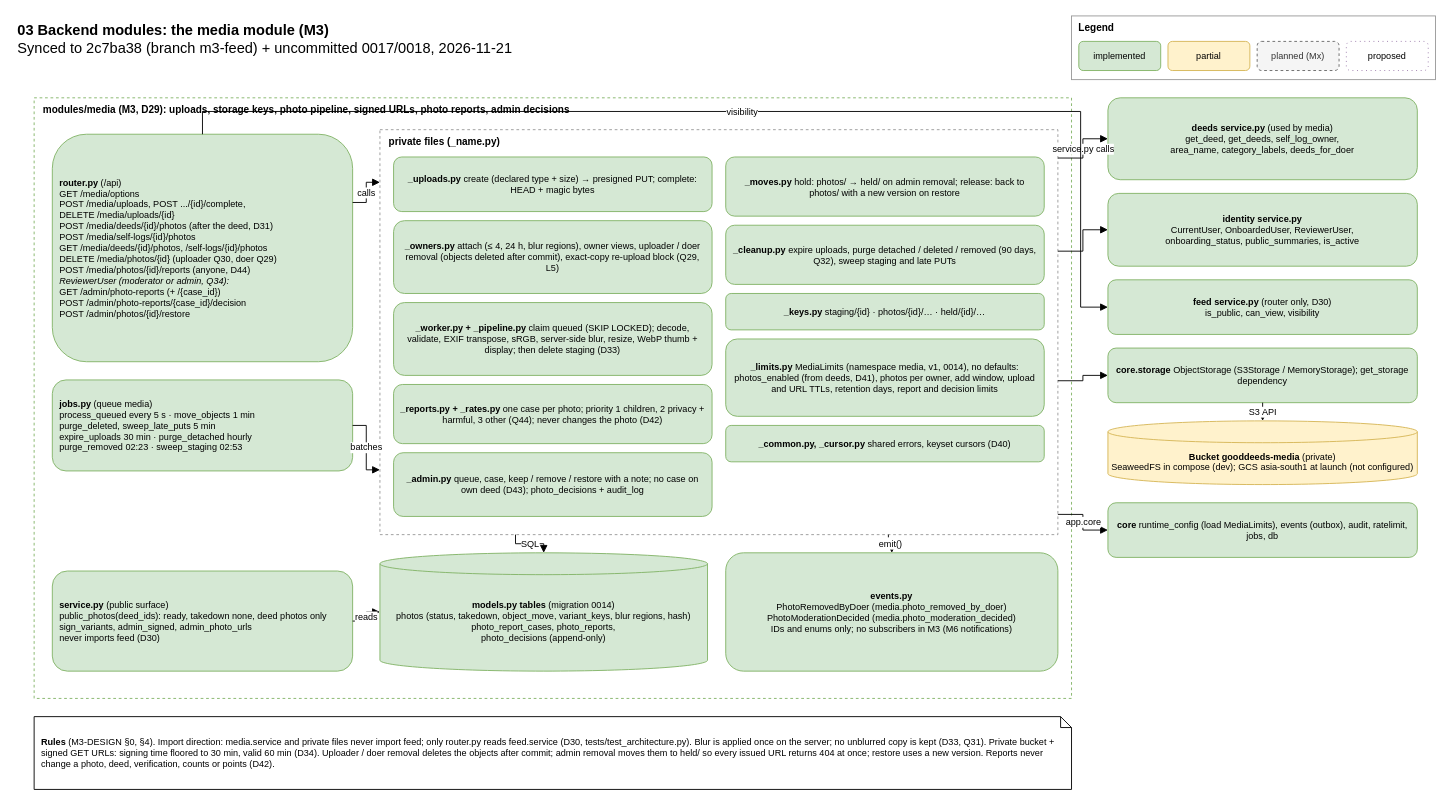
Above: page "Media module (M3)" (3 of 6) of docs/architecture/03-backend-modules.drawio in Ismail94M/Good-Deeds (draw.io), before the change. Source tidied: cells renumbered, new cells numbered last; positions are measured from the earlier drawing's top-left corner, leaving out a move shared by most shapes. Both pictures are drawn from the tidied source at 91%, with x=0, y=0 at pixel (15, 15).
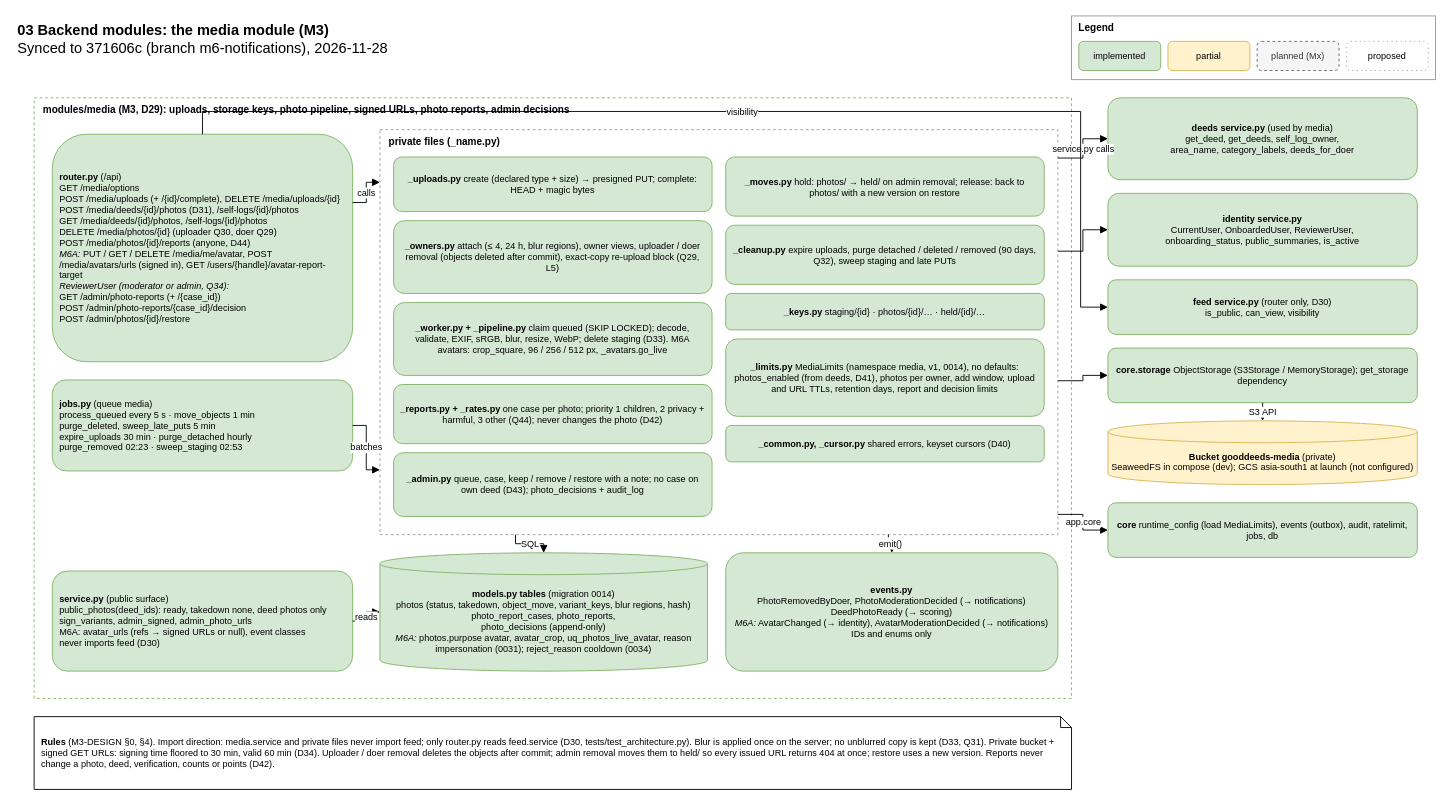
After the change.

Diff of the diagram source:
```diff
@@
-    <mxCell id="2" value="&lt;b&gt;03 Backend modules: the media module (M3)&lt;/b&gt;&lt;br&gt;Synced to 2c7ba38 (branch m3-feed) + uncommitted 0017/0018, 2026-11-21" style="text;html=1;align=left;verticalAlign=top;fontSize=16;strokeColor=none;fillColor=none;" parent="1" vertex="1">
+    <mxCell id="2" value="&lt;b&gt;03 Backend modules: the media module (M3)&lt;/b&gt;&lt;br&gt;Synced to 371606c (branch m6-notifications), 2026-11-28" style="text;html=1;align=left;verticalAlign=top;fontSize=16;strokeColor=none;fillColor=none;" parent="1" vertex="1">
       <mxGeometry width="1000" height="50" as="geometry" />
     </mxCell>
@@
-    <mxCell id="9" value="&lt;b&gt;router.py&lt;/b&gt; (/api)&lt;br&gt;GET /media/options&lt;br&gt;POST /media/uploads, POST .../{id}/complete,&lt;br&gt;DELETE /media/uploads/{id}&lt;br&gt;POST /media/deeds/{id}/photos (after the deed, D31)&lt;br&gt;POST /media/self-logs/{id}/photos&lt;br&gt;GET  /media/deeds/{id}/photos, /self-logs/{id}/photos&lt;br&gt;DELETE /media/photos/{id} (uploader Q30, doer Q29)&lt;br&gt;POST /media/photos/{id}/reports (anyone, D44)&lt;br&gt;&lt;i&gt;ReviewerUser (moderator or admin, Q34):&lt;/i&gt;&lt;br&gt;GET /admin/photo-reports (+ /{case_id})&lt;br&gt;POST /admin/photo-reports/{case_id}/decision&lt;br&gt;POST /admin/photos/{id}/restore" style="rounded=1;whiteSpace=wrap;html=1;fontSize=10;spacing=8;align=left;fillColor=#d5e8d4;strokeColor=#82b366;" parent="1" vertex="1">
+    <mxCell id="9" value="&lt;b&gt;router.py&lt;/b&gt; (/api)&lt;br&gt;GET /media/options&lt;br&gt;POST /media/uploads (+ /{id}/complete), DELETE /media/uploads/{id}&lt;br&gt;POST /media/deeds/{id}/photos (D31), /self-logs/{id}/photos&lt;br&gt;GET  /media/deeds/{id}/photos, /self-logs/{id}/photos&lt;br&gt;DELETE /media/photos/{id} (uploader Q30, doer Q29)&lt;br&gt;POST /media/photos/{id}/reports (anyone, D44)&lt;br&gt;&lt;i&gt;M6A:&lt;/i&gt; PUT / GET / DELETE /media/me/avatar, POST /media/avatars/urls (signed in), GET /users/{handle}/avatar-report-target&lt;br&gt;&lt;i&gt;ReviewerUser (moderator or admin, Q34):&lt;/i&gt;&lt;br&gt;GET /admin/photo-reports (+ /{case_id})&lt;br&gt;POST /admin/photo-reports/{case_id}/decision&lt;br&gt;POST /admin/photos/{id}/restore" style="rounded=1;whiteSpace=wrap;html=1;fontSize=10;spacing=8;align=left;fillColor=#d5e8d4;strokeColor=#82b366;" parent="1" vertex="1">
       <mxGeometry x="40" y="130" width="330" height="250" as="geometry" />
     </mxCell>
@@
-    <mxCell id="11" value="&lt;b&gt;service.py&lt;/b&gt; (public surface)&lt;br&gt;public_photos(deed_ids): ready, takedown none, deed photos only&lt;br&gt;sign_variants, admin_signed, admin_photo_urls&lt;br&gt;never imports feed (D30)" style="rounded=1;whiteSpace=wrap;html=1;fontSize=10;spacing=8;align=left;fillColor=#d5e8d4;strokeColor=#82b366;" parent="1" vertex="1">
+    <mxCell id="11" value="&lt;b&gt;service.py&lt;/b&gt; (public surface)&lt;br&gt;public_photos(deed_ids): ready, takedown none, deed photos only&lt;br&gt;sign_variants, admin_signed, admin_photo_urls&lt;br&gt;M6A: avatar_urls (refs → signed URLs or null), event classes&lt;br&gt;never imports feed (D30)" style="rounded=1;whiteSpace=wrap;html=1;fontSize=10;spacing=8;align=left;fillColor=#d5e8d4;strokeColor=#82b366;" parent="1" vertex="1">
       <mxGeometry x="40" y="610" width="330" height="110" as="geometry" />
     </mxCell>
@@
-    <mxCell id="15" value="&lt;b&gt;_worker.py + _pipeline.py&lt;/b&gt; claim queued (SKIP LOCKED); decode, validate, EXIF transpose, sRGB, server-side blur, resize, WebP thumb + display; then delete staging (D33)" style="rounded=1;whiteSpace=wrap;html=1;fontSize=10;spacing=8;fillColor=#d5e8d4;strokeColor=#82b366;" parent="1" vertex="1">
+    <mxCell id="15" value="&lt;b&gt;_worker.py + _pipeline.py&lt;/b&gt; claim queued (SKIP LOCKED); decode, validate, EXIF, sRGB, blur, resize, WebP; delete staging (D33). M6A avatars: crop_square, 96 / 256 / 512 px, _avatars.go_live" style="rounded=1;whiteSpace=wrap;html=1;fontSize=10;spacing=8;fillColor=#d5e8d4;strokeColor=#82b366;" parent="1" vertex="1">
       <mxGeometry x="415" y="315" width="350" height="80" as="geometry" />
     </mxCell>
@@
-    <mxCell id="23" value="&lt;b&gt;models.py tables&lt;/b&gt; (migration 0014)&lt;br&gt;photos (status, takedown, object_move, variant_keys, blur regions, hash)&lt;br&gt;photo_report_cases, photo_reports,&lt;br&gt;photo_decisions (append-only)" style="shape=cylinder3;whiteSpace=wrap;html=1;boundedLbl=1;backgroundOutline=1;size=12;fontSize=10;fillColor=#d5e8d4;strokeColor=#82b366;" parent="1" vertex="1">
+    <mxCell id="23" value="&lt;b&gt;models.py tables&lt;/b&gt; (migration 0014)&lt;br&gt;photos (status, takedown, object_move, variant_keys, blur regions, hash)&lt;br&gt;photo_report_cases, photo_reports,&lt;br&gt;photo_decisions (append-only)&lt;br&gt;&lt;i&gt;M6A:&lt;/i&gt; photos.purpose avatar, avatar_crop, uq_photos_live_avatar, reason impersonation (0031); reject_reason cooldown (0034)" style="shape=cylinder3;whiteSpace=wrap;html=1;boundedLbl=1;backgroundOutline=1;size=12;fontSize=10;fillColor=#d5e8d4;strokeColor=#82b366;" parent="1" vertex="1">
       <mxGeometry x="400" y="590" width="360" height="130" as="geometry" />
     </mxCell>
-    <mxCell id="24" value="&lt;b&gt;events.py&lt;/b&gt;&lt;br&gt;PhotoRemovedByDoer (media.photo_removed_by_doer)&lt;br&gt;PhotoModerationDecided (media.photo_moderation_decided)&lt;br&gt;IDs and enums only; no subscribers in M3 (M6 notifications)" style="rounded=1;whiteSpace=wrap;html=1;fontSize=10;spacing=8;fillColor=#d5e8d4;strokeColor=#82b366;" parent="1" vertex="1">
+    <mxCell id="24" value="&lt;b&gt;events.py&lt;/b&gt;&lt;br&gt;PhotoRemovedByDoer, PhotoModerationDecided (→ notifications)&lt;br&gt;DeedPhotoReady (→ scoring)&lt;br&gt;&lt;i&gt;M6A:&lt;/i&gt; AvatarChanged (→ identity), AvatarModerationDecided (→ notifications)&lt;br&gt;IDs and enums only" style="rounded=1;whiteSpace=wrap;html=1;fontSize=10;spacing=8;fillColor=#d5e8d4;strokeColor=#82b366;" parent="1" vertex="1">
       <mxGeometry x="780" y="590" width="365" height="130" as="geometry" />
     </mxCell>
```
